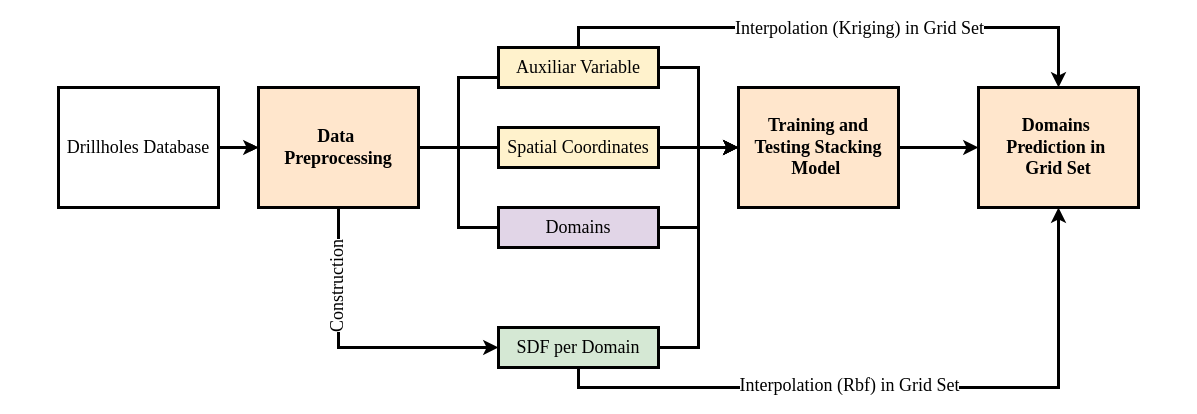
heberallin/Trabajos keeps this draw.io diagram as flow_geology_research.drawio. Above is the earlier version. Source tidied: cells renumbered, new cells numbered last; positions are measured from the earlier drawing's top-left corner, leaving out a move shared by most shapes. Both pictures are drawn from the tidied source at 100%, with x=0, y=0 at pixel (58, 47).
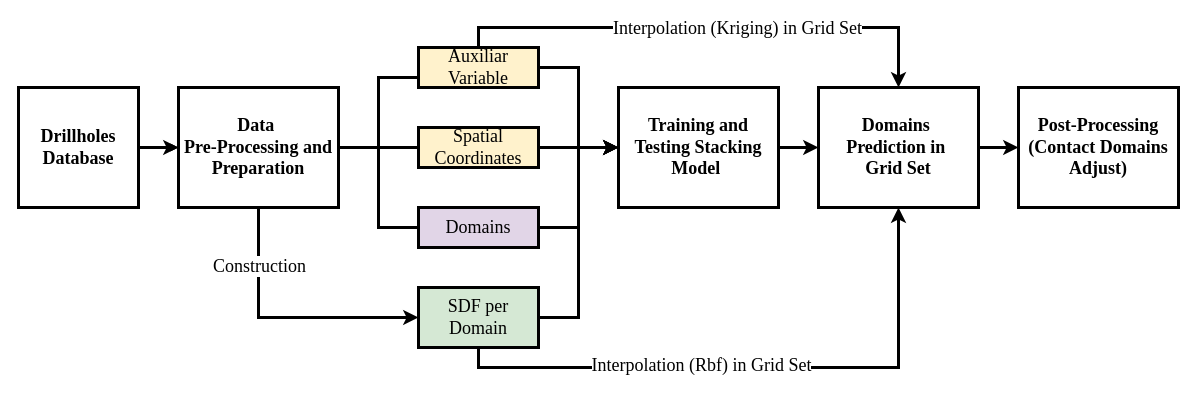
After the change.

Change to the diagram source:
```diff
@@
-    <mxCell id="4" value="&lt;font&gt;Drillholes Database&lt;/font&gt;" style="rounded=0;whiteSpace=wrap;html=1;strokeWidth=3;fillStyle=auto;glass=0;shadow=0;fontFamily=Times New Roman;fontSize=18;fontStyle=0;" parent="1" vertex="1">
-      <mxGeometry y="40" width="160" height="120" as="geometry" />
+    <mxCell id="4" value="&lt;font&gt;Drillholes Database&lt;/font&gt;" style="rounded=0;whiteSpace=wrap;html=1;strokeWidth=3;fillStyle=auto;glass=0;shadow=0;fontFamily=Times New Roman;fontSize=18;fontStyle=1;" parent="1" vertex="1">
+      <mxGeometry x="-40" y="40" width="120" height="120" as="geometry" />
     </mxCell>
     <mxCell id="5" style="rounded=0;jettySize=auto;html=1;exitX=0.5;exitY=1;exitDx=0;exitDy=0;entryX=0;entryY=0.5;entryDx=0;entryDy=0;endFill=1;edgeStyle=orthogonalEdgeStyle;strokeWidth=3;fontSize=18;fontFamily=Times New Roman;fontStyle=1;" parent="1" edge="1" source="9" target="21">
       <mxGeometry relative="1" as="geometry">
         <Array as="points">
-          <mxPoint x="280" y="300" />
+          <mxPoint x="200" y="270" />
         </Array>
       </mxGeometry>
     </mxCell>
-    <mxCell id="6" value="Construction" style="edgeLabel;html=1;align=center;verticalAlign=middle;rotation=270;textShadow=0;fontSize=18;spacingTop=-4;spacing=2;spacingBottom=0;fontFamily=Times New Roman;fontStyle=0;" parent="5" vertex="1">
+    <mxCell id="6" value="Construction" style="edgeLabel;html=1;align=center;verticalAlign=middle;rotation=0;textShadow=0;fontSize=18;spacingTop=-4;spacing=2;spacingBottom=0;fontFamily=Times New Roman;fontStyle=0;" parent="5" vertex="1">
       <mxGeometry x="-0.48" y="5" relative="1" as="geometry">
-        <mxPoint x="-5" y="2" as="offset" />
+        <mxPoint x="-5" y="-10" as="offset" />
       </mxGeometry>
     </mxCell>
@@
-    <mxCell id="9" value="&lt;font&gt;Data&amp;nbsp;&lt;/font&gt;&lt;div&gt;&lt;font&gt;Preprocessing&lt;/font&gt;&lt;/div&gt;" style="rounded=0;whiteSpace=wrap;html=1;strokeWidth=3;fillStyle=auto;glass=0;shadow=0;fontFamily=Times New Roman;fontSize=18;fillColor=#ffe6cc;strokeColor=#000000;fontStyle=1;" parent="1" vertex="1">
-      <mxGeometry x="200" y="40" width="160" height="120" as="geometry" />
+    <mxCell id="9" value="&lt;font&gt;Data&amp;nbsp;&lt;/font&gt;&lt;div&gt;&lt;font&gt;Pre-Processing and Preparation&lt;/font&gt;&lt;/div&gt;" style="rounded=0;whiteSpace=wrap;html=1;strokeWidth=3;fillStyle=auto;glass=0;shadow=0;fontFamily=Times New Roman;fontSize=18;fontStyle=1;" parent="1" vertex="1">
+      <mxGeometry x="120" y="40" width="160" height="120" as="geometry" />
     </mxCell>
@@
-    <mxCell id="11" value="&lt;font&gt;Training and Testing Stacking Model&amp;nbsp;&lt;/font&gt;" style="rounded=0;whiteSpace=wrap;html=1;strokeWidth=3;fillStyle=auto;glass=0;shadow=0;fontFamily=Times New Roman;fontSize=18;fillColor=#ffe6cc;strokeColor=#000000;fontStyle=1;" parent="1" vertex="1">
-      <mxGeometry x="680" y="40" width="160" height="120" as="geometry" />
+    <mxCell id="11" value="&lt;font&gt;Training and Testing Stacking Model&amp;nbsp;&lt;/font&gt;" style="rounded=0;whiteSpace=wrap;html=1;strokeWidth=3;fillStyle=auto;glass=0;shadow=0;fontFamily=Times New Roman;fontSize=18;fontStyle=1;" parent="1" vertex="1">
+      <mxGeometry x="560" y="40" width="160" height="120" as="geometry" />
     </mxCell>
     <mxCell id="12" style="edgeStyle=orthogonalEdgeStyle;rounded=0;jettySize=auto;html=1;exitX=1;exitY=0.5;exitDx=0;exitDy=0;entryX=0;entryY=0.5;entryDx=0;entryDy=0;endArrow=classic;startFill=0;strokeWidth=3;endFill=1;fontFamily=Times New Roman;fontSize=18;fontStyle=1;" parent="1" edge="1" source="15" target="11">
-      <mxGeometry relative="1" as="geometry" />
+      <mxGeometry relative="1" as="geometry">
+        <Array as="points">
+          <mxPoint x="520" y="20" />
+          <mxPoint x="520" y="100" />
+        </Array>
+      </mxGeometry>
     </mxCell>
@@
     <mxCell id="15" value="Auxiliar Variable" style="rounded=0;whiteSpace=wrap;html=1;strokeWidth=3;fillStyle=auto;glass=0;shadow=0;fontFamily=Times New Roman;fontSize=18;fillColor=#fff2cc;strokeColor=#000000;fontStyle=0;" parent="1" vertex="1">
-      <mxGeometry x="440" width="160" height="40" as="geometry" />
+      <mxGeometry x="360" width="120" height="40" as="geometry" />
     </mxCell>
@@
     <mxCell id="17" value="Spatial Coordinates" style="rounded=0;whiteSpace=wrap;html=1;strokeWidth=3;fillStyle=auto;glass=0;shadow=0;fontFamily=Times New Roman;fontSize=18;fillColor=#fff2cc;strokeColor=#000000;fontStyle=0;" parent="1" vertex="1">
-      <mxGeometry x="440" y="80" width="160" height="40" as="geometry" />
+      <mxGeometry x="360" y="80" width="120" height="40" as="geometry" />
     </mxCell>
     <mxCell id="18" style="edgeStyle=orthogonalEdgeStyle;rounded=0;jettySize=auto;html=1;exitX=1;exitY=0.5;exitDx=0;exitDy=0;entryX=0;entryY=0.5;entryDx=0;entryDy=0;endArrow=classic;startFill=0;strokeWidth=3;endFill=1;fontFamily=Times New Roman;fontSize=18;fontStyle=1;" parent="1" edge="1" source="21" target="11">
-      <mxGeometry relative="1" as="geometry" />
+      <mxGeometry relative="1" as="geometry">
+        <Array as="points">
+          <mxPoint x="520" y="100" />
+        </Array>
+      </mxGeometry>
     </mxCell>
@@
     <mxCell id="21" value="&lt;font&gt;SDF per Domain&lt;/font&gt;" style="rounded=0;whiteSpace=wrap;html=1;strokeWidth=3;fillStyle=auto;glass=0;shadow=0;fontFamily=Times New Roman;fontSize=18;fillColor=#d5e8d4;strokeColor=#000000;fontStyle=0;" parent="1" vertex="1">
-      <mxGeometry x="440" y="280" width="160" height="40" as="geometry" />
+      <mxGeometry x="360" y="240" width="120" height="60" as="geometry" />
     </mxCell>
     <mxCell id="22" style="edgeStyle=orthogonalEdgeStyle;rounded=0;jettySize=auto;html=1;exitX=1;exitY=0.5;exitDx=0;exitDy=0;entryX=0;entryY=0.5;entryDx=0;entryDy=0;endArrow=classic;startFill=0;strokeWidth=3;endFill=1;fontFamily=Times New Roman;fontSize=18;fontStyle=1;" parent="1" edge="1" source="23" target="11">
-      <mxGeometry relative="1" as="geometry" />
+      <mxGeometry relative="1" as="geometry">
+        <Array as="points">
+          <mxPoint x="520" y="180" />
+          <mxPoint x="520" y="100" />
+        </Array>
+      </mxGeometry>
     </mxCell>
     <mxCell id="23" value="&lt;font&gt;Domains&lt;/font&gt;" style="rounded=0;whiteSpace=wrap;html=1;strokeWidth=3;fillStyle=auto;glass=0;shadow=0;fontFamily=Times New Roman;fontSize=18;fillColor=#e1d5e7;strokeColor=#000000;fontStyle=0;" parent="1" vertex="1">
-      <mxGeometry x="440" y="160" width="160" height="40" as="geometry" />
+      <mxGeometry x="360" y="160" width="120" height="40" as="geometry" />
     </mxCell>
@@
+    <mxCell id="26" style="edgeStyle=orthogonalEdgeStyle;rounded=0;jettySize=auto;html=1;exitX=1;exitY=0.5;exitDx=0;exitDy=0;entryX=0;entryY=0.5;entryDx=0;entryDy=0;strokeWidth=3;" parent="1" edge="1" source="25" target="27">
+      <mxGeometry relative="1" as="geometry" />
+    </mxCell>
-    <mxCell id="25" value="&lt;font&gt;Domains&amp;nbsp;&lt;/font&gt;&lt;div&gt;&lt;font&gt;Prediction in&amp;nbsp;&lt;/font&gt;&lt;/div&gt;&lt;div&gt;&lt;font&gt;Grid Set&lt;/font&gt;&lt;/div&gt;" style="rounded=0;whiteSpace=wrap;html=1;strokeWidth=3;fillStyle=auto;glass=0;shadow=0;fontFamily=Times New Roman;fontSize=18;fillColor=#ffe6cc;strokeColor=#000000;fontStyle=1;" parent="1" vertex="1">
-      <mxGeometry x="920" y="40" width="160" height="120" as="geometry" />
+    <mxCell id="25" value="&lt;font&gt;Domains&amp;nbsp;&lt;/font&gt;&lt;div&gt;&lt;font&gt;Prediction in&amp;nbsp;&lt;/font&gt;&lt;/div&gt;&lt;div&gt;&lt;font&gt;Grid Set&lt;/font&gt;&lt;/div&gt;" style="rounded=0;whiteSpace=wrap;html=1;strokeWidth=3;fillStyle=auto;glass=0;shadow=0;fontFamily=Times New Roman;fontSize=18;fontStyle=1;" parent="1" vertex="1">
+      <mxGeometry x="760" y="40" width="160" height="120" as="geometry" />
     </mxCell>
+    <mxCell id="27" value="Post-Processing (Contact Domains Adjust)" style="rounded=0;whiteSpace=wrap;html=1;strokeWidth=3;fillStyle=auto;glass=0;shadow=0;fontFamily=Times New Roman;fontSize=18;fontStyle=1;" parent="1" vertex="1">
+      <mxGeometry x="960" y="40" width="160" height="120" as="geometry" />
+    </mxCell>
```
